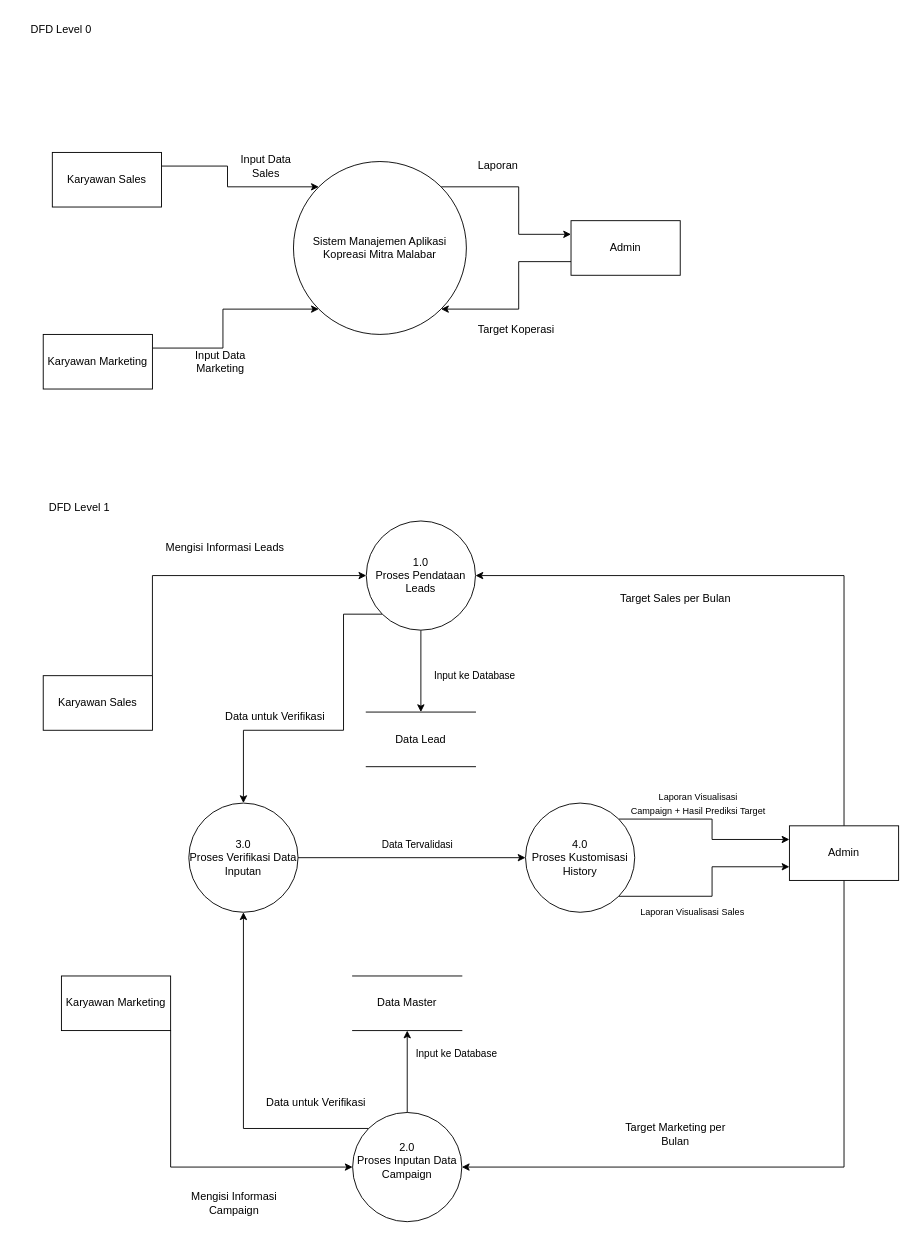
Earlier version of the draw.io diagram DFD_Koperasi Mitra Malabar.drawio.xml (NararyaPutra/Dokumentasi_Project-Koperasi-Mitra-Malabar). Source tidied: cells renumbered, new cells numbered last; positions are measured from the earlier drawing's top-left corner, leaving out a move shared by most shapes. Both pictures are drawn from the tidied source at 91%, with x=0, y=0 at pixel (15, 15).
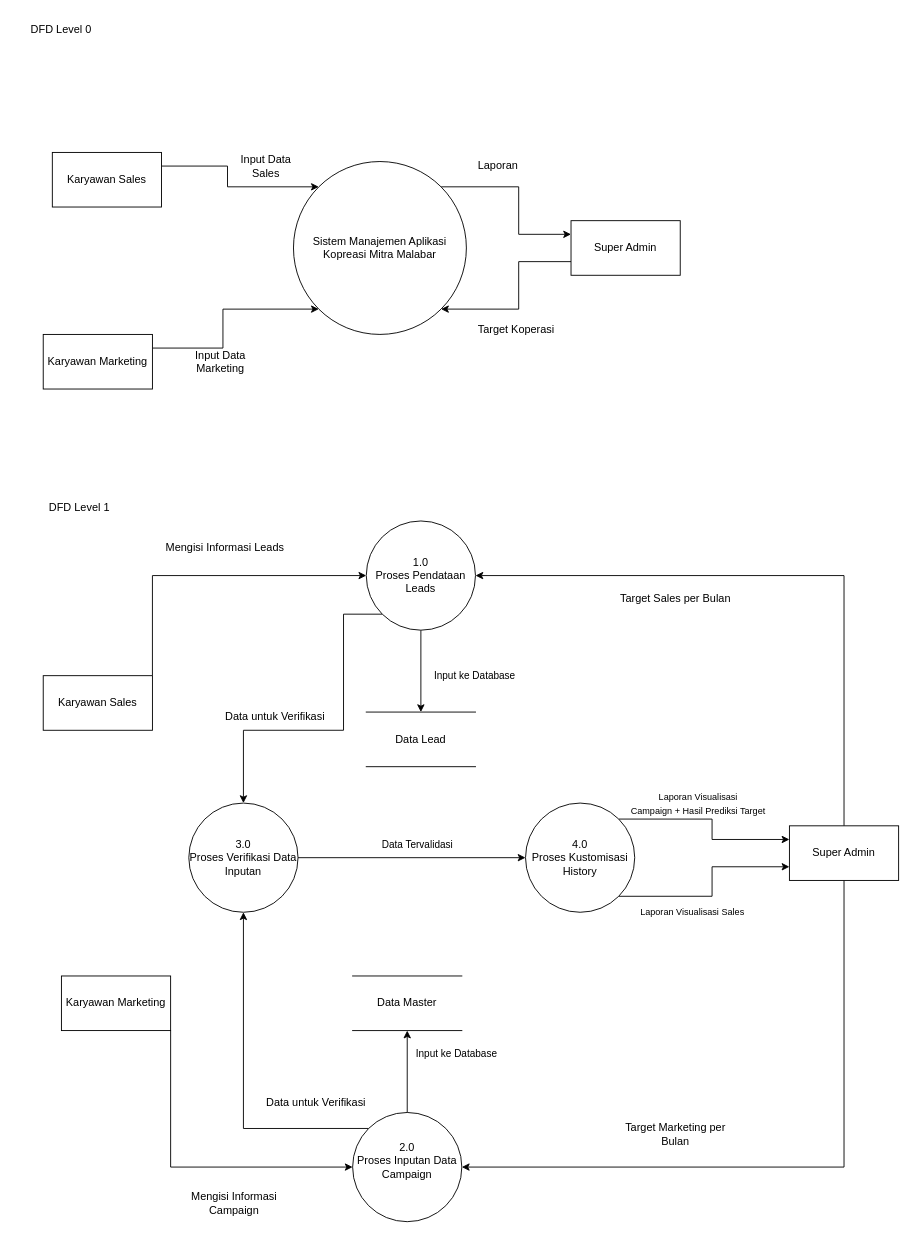
The same diagram, later.

Diff of the diagram source:
```diff
@@
-    <mxCell id="5" value="Admin" style="rounded=0;whiteSpace=wrap;html=1;" parent="1" vertex="1">
+    <mxCell id="5" value="Super Admin" style="rounded=0;whiteSpace=wrap;html=1;" parent="1" vertex="1">
       <mxGeometry x="610" y="225" width="120" height="60" as="geometry" />
     </mxCell>
@@
-    <mxCell id="13" value="Admin" style="rounded=0;whiteSpace=wrap;html=1;" parent="1" vertex="1">
+    <mxCell id="13" value="Super Admin" style="rounded=0;whiteSpace=wrap;html=1;" parent="1" vertex="1">
       <mxGeometry x="850" y="890" width="120" height="60" as="geometry" />
     </mxCell>
```
